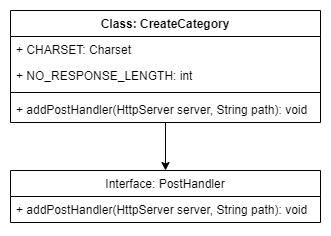
This is file/Diagramme/SRP-3.png from Nilsksk/Costtracker, a draw.io export, as it was before one commit. Source tidied: cells renumbered, new cells last; positions are measured from the earlier drawing's top-left corner, leaving out a move shared by most shapes. Its diagram source:
```xml
<mxGraphModel>
  <root>
    <mxCell id="0" />
    <mxCell id="1" parent="0" />
    <mxCell id="2" style="edgeStyle=orthogonalEdgeStyle;rounded=0;jettySize=auto;html=1;entryX=0.5;entryY=0;entryDx=0;entryDy=0;" parent="1" edge="1" source="3" target="8">
      <mxGeometry relative="1" as="geometry" />
    </mxCell>
    <mxCell id="3" value="Class: CreateCategory" style="swimlane;fontStyle=1;align=center;verticalAlign=top;horizontal=1;startSize=26;" parent="1" vertex="1">
      <mxGeometry width="310" height="112" as="geometry" />
    </mxCell>
    <mxCell id="4" value="+ CHARSET: Charset" style="text;strokeColor=none;fillColor=none;align=left;verticalAlign=top;spacingLeft=4;spacingRight=4;overflow=hidden;" parent="3" vertex="1">
      <mxGeometry y="26" width="310" height="26" as="geometry" />
    </mxCell>
    <mxCell id="5" value="+ NO_RESPONSE_LENGTH: int" style="text;strokeColor=none;fillColor=none;align=left;verticalAlign=top;spacingLeft=4;spacingRight=4;overflow=hidden;" parent="3" vertex="1">
      <mxGeometry y="52" width="310" height="26" as="geometry" />
    </mxCell>
    <mxCell id="6" style="line;strokeWidth=1;fillColor=none;align=left;verticalAlign=middle;spacingTop=-1;spacingLeft=3;spacingRight=3;labelPosition=right;" parent="3" vertex="1">
      <mxGeometry y="78" width="310" height="8" as="geometry" />
    </mxCell>
    <mxCell id="7" value="+ addPostHandler(HttpServer server, String path): void" style="text;strokeColor=none;fillColor=none;align=left;verticalAlign=top;spacingLeft=4;spacingRight=4;overflow=hidden;" parent="3" vertex="1">
      <mxGeometry y="86" width="310" height="26" as="geometry" />
    </mxCell>
    <mxCell id="8" value="Interface: PostHandler" style="swimlane;fontStyle=0;horizontal=1;startSize=26;fillColor=none;" parent="1" vertex="1">
      <mxGeometry y="160" width="310" height="52" as="geometry" />
    </mxCell>
    <mxCell id="9" value="+ addPostHandler(HttpServer server, String path): void" style="text;strokeColor=none;fillColor=none;align=left;verticalAlign=top;spacingLeft=4;spacingRight=4;overflow=hidden;" parent="8" vertex="1">
      <mxGeometry y="26" width="310" height="26" as="geometry" />
    </mxCell>
  </root>
</mxGraphModel>
```
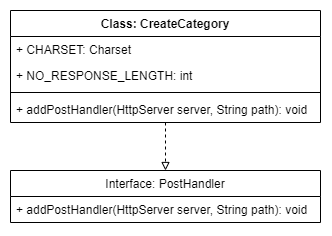
The same file after the commit.

Diff of the diagram source:
```diff
@@ -2,7 +2,7 @@
   <root>
     <mxCell id="0" />
     <mxCell id="1" parent="0" />
-    <mxCell id="2" style="edgeStyle=orthogonalEdgeStyle;rounded=0;jettySize=auto;html=1;entryX=0.5;entryY=0;entryDx=0;entryDy=0;" parent="1" edge="1" source="3" target="8">
+    <mxCell id="2" style="edgeStyle=orthogonalEdgeStyle;rounded=0;jettySize=auto;html=1;entryX=0.5;entryY=0;entryDx=0;entryDy=0;endArrow=block;endFill=0;dashed=1;" parent="1" edge="1" source="3" target="8">
       <mxGeometry relative="1" as="geometry" />
     </mxCell>
     <mxCell id="3" value="Class: CreateCategory" style="swimlane;fontStyle=1;align=center;verticalAlign=top;horizontal=1;startSize=26;" parent="1" vertex="1">
```
